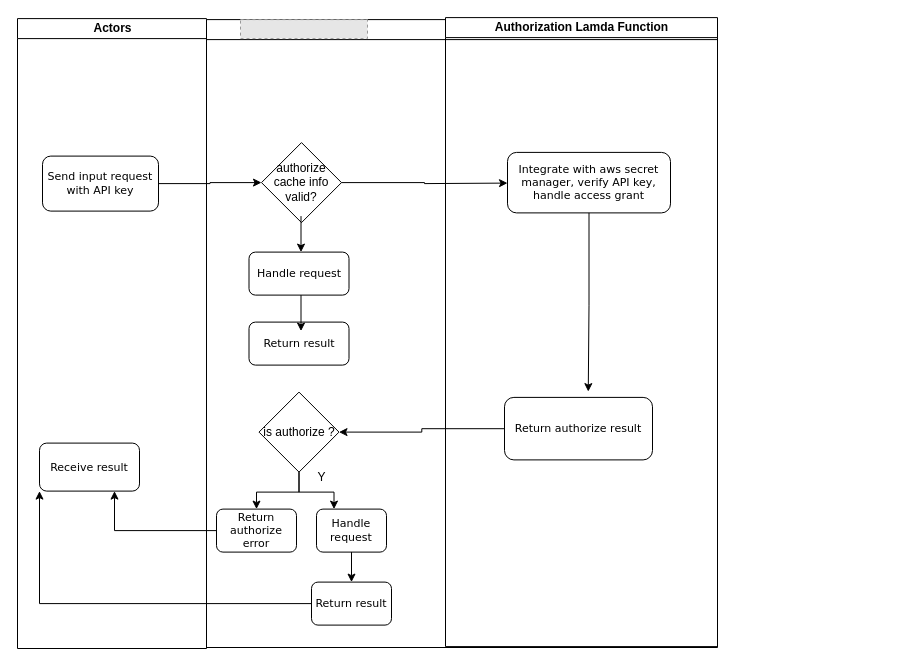
Earlier version of the draw.io diagram DispatchAuthoSecretManager.drawio (dieunguyen2003/deploycode). Source tidied: cells renumbered, new cells numbered last; positions are measured from the earlier drawing's top-left corner, leaving out a move shared by most shapes. Both pictures are drawn from the tidied source at 100%, with x=0, y=0 at pixel (17, 17). Pictures stored in the file or linked from it are replaced by grey dashed boxes.
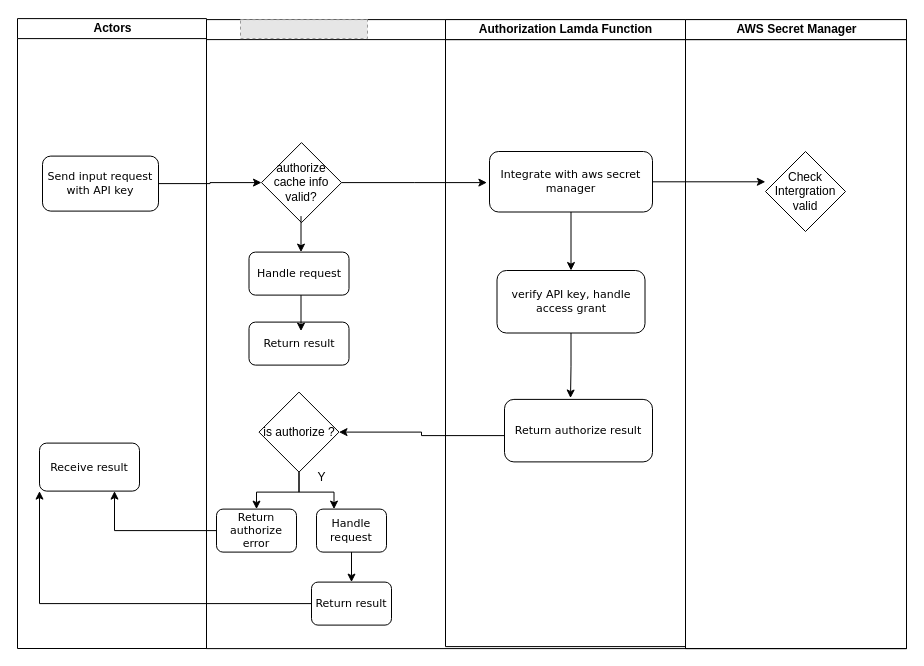
The same diagram, later.

The change refers to these unchanged cells:
```xml
<mxCell id="7" value="authorize cache info valid?" style="rhombus;whiteSpace=wrap;html=1;" parent="4" vertex="1">
  <mxGeometry x="55" y="123" width="80" height="80" as="geometry" />
</mxCell>
<mxCell id="12" value="is authorize ?" style="rhombus;whiteSpace=wrap;html=1;" parent="4" vertex="1">
  <mxGeometry x="52.5" y="372.5" width="80" height="80" as="geometry" />
</mxCell>
<mxCell id="26" value="&lt;font style=&quot;font-size: 11px;&quot;&gt;Return authorize result&lt;/font&gt;" style="rounded=1;whiteSpace=wrap;html=1;shadow=0;labelBackgroundColor=none;strokeWidth=1;fontFamily=Verdana;fontSize=8;align=center;" parent="24" vertex="1">
  <mxGeometry x="59" y="379.8" width="148" height="62.5" as="geometry" />
</mxCell>
```

Diff of the diagram source:
```diff
@@
     <mxCell id="4" style="swimlane;html=1;startSize=20;" parent="1" vertex="1">
-      <mxGeometry x="189" y="2.1" width="511" height="627.9" as="geometry" />
+      <mxGeometry x="189" y="2.1" width="700" height="629" as="geometry" />
     </mxCell>
@@
+    <mxCell id="29" style="edgeStyle=orthogonalEdgeStyle;rounded=0;jettySize=auto;html=1;" parent="4" edge="1" source="7">
+      <mxGeometry relative="1" as="geometry">
+        <mxPoint x="280.4" y="163" as="targetPoint" />
+      </mxGeometry>
+    </mxCell>
@@
-    <mxCell id="22" style="edgeStyle=orthogonalEdgeStyle;rounded=0;jettySize=auto;html=1;entryX=0;entryY=0.5;entryDx=0;entryDy=0;" parent="4" edge="1" source="7">
-      <mxGeometry relative="1" as="geometry">
-        <mxPoint x="301" y="163.5" as="targetPoint" />
-      </mxGeometry>
-    </mxCell>
     <mxCell id="23" style="edgeStyle=orthogonalEdgeStyle;rounded=0;jettySize=auto;html=1;entryX=1;entryY=0.5;entryDx=0;entryDy=0;" parent="4" edge="1" source="26" target="12">
-      <mxGeometry relative="1" as="geometry" />
+      <mxGeometry relative="1" as="geometry">
+        <Array as="points">
+          <mxPoint x="215" y="416" />
+          <mxPoint x="215" y="412" />
+        </Array>
+      </mxGeometry>
     </mxCell>
     <mxCell id="24" value="Authorization Lamda Function" style="swimlane;html=1;startSize=20;" parent="4" vertex="1">
-      <mxGeometry x="239" y="-2" width="272" height="629" as="geometry" />
+      <mxGeometry x="239" width="240" height="627" as="geometry" />
     </mxCell>
+    <mxCell id="30" style="edgeStyle=orthogonalEdgeStyle;rounded=0;jettySize=auto;html=1;" parent="24" edge="1" source="25">
+      <mxGeometry relative="1" as="geometry">
+        <mxPoint x="319.9" y="162.2" as="targetPoint" />
+      </mxGeometry>
+    </mxCell>
+    <mxCell id="31" style="edgeStyle=orthogonalEdgeStyle;rounded=0;jettySize=auto;html=1;entryX=0.5;entryY=0;entryDx=0;entryDy=0;" parent="24" edge="1" source="25" target="32">
+      <mxGeometry relative="1" as="geometry" />
+    </mxCell>
-    <mxCell id="25" value="&lt;span style=&quot;font-size: 11px;&quot;&gt;Integrate with aws secret manager, verify API key, handle access grant&lt;/span&gt;" style="rounded=1;whiteSpace=wrap;html=1;shadow=0;labelBackgroundColor=none;strokeWidth=1;fontFamily=Verdana;fontSize=8;align=center;" parent="24" vertex="1">
-      <mxGeometry x="62" y="134.8" width="163" height="60.5" as="geometry" />
+    <mxCell id="25" value="&lt;font style=&quot;font-size: 11px;&quot;&gt;Integrate with aws secret manager&lt;/font&gt;" style="rounded=1;whiteSpace=wrap;html=1;shadow=0;labelBackgroundColor=none;strokeWidth=1;fontFamily=Verdana;fontSize=8;align=center;" parent="24" vertex="1">
+      <mxGeometry x="44" y="131.9" width="163" height="60.5" as="geometry" />
     </mxCell>
@@
-    <mxCell id="27" style="edgeStyle=orthogonalEdgeStyle;rounded=0;jettySize=auto;html=1;entryX=0.566;entryY=-0.093;entryDx=0;entryDy=0;entryPerimeter=0;" parent="24" edge="1" source="25" target="26">
-      <mxGeometry relative="1" as="geometry" />
-    </mxCell>
+    <mxCell id="32" value="&lt;font style=&quot;font-size: 11px;&quot;&gt;verify API key, handle access grant&lt;/font&gt;" style="rounded=1;whiteSpace=wrap;html=1;shadow=0;labelBackgroundColor=none;strokeWidth=1;fontFamily=Verdana;fontSize=8;align=center;" parent="24" vertex="1">
+      <mxGeometry x="51.5" y="250.9" width="148" height="62.5" as="geometry" />
+    </mxCell>
+    <mxCell id="33" style="edgeStyle=orthogonalEdgeStyle;rounded=0;jettySize=auto;html=1;entryX=0.446;entryY=-0.022;entryDx=0;entryDy=0;entryPerimeter=0;" parent="24" edge="1" source="32" target="26">
+      <mxGeometry relative="1" as="geometry" />
+    </mxCell>
+    <mxCell id="34" value="AWS Secret Manager" style="swimlane;html=1;startSize=20;" parent="4" vertex="1">
+      <mxGeometry x="479" width="221" height="629" as="geometry" />
+    </mxCell>
+    <mxCell id="35" value="Check Intergration valid" style="rhombus;whiteSpace=wrap;html=1;" parent="34" vertex="1">
+      <mxGeometry x="80" y="131.9" width="80" height="80" as="geometry" />
+    </mxCell>
```
